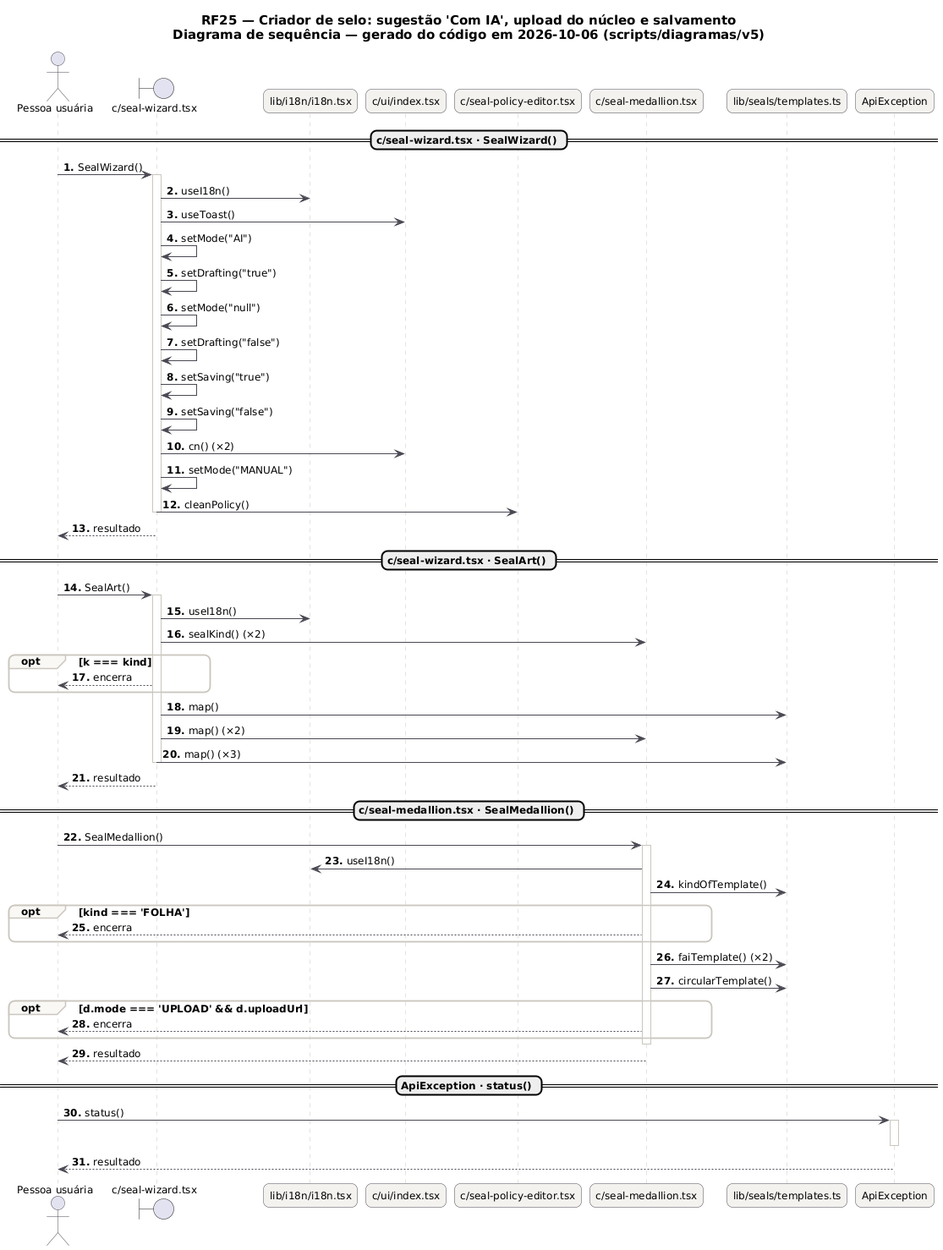
The PlantUML diagram docs/diagramas/RF25-criador-de-selos/RF25_Criador_Sequencia.png in MatheusHaliski/tcc-2026-fashion-ai-backend, before a commit.
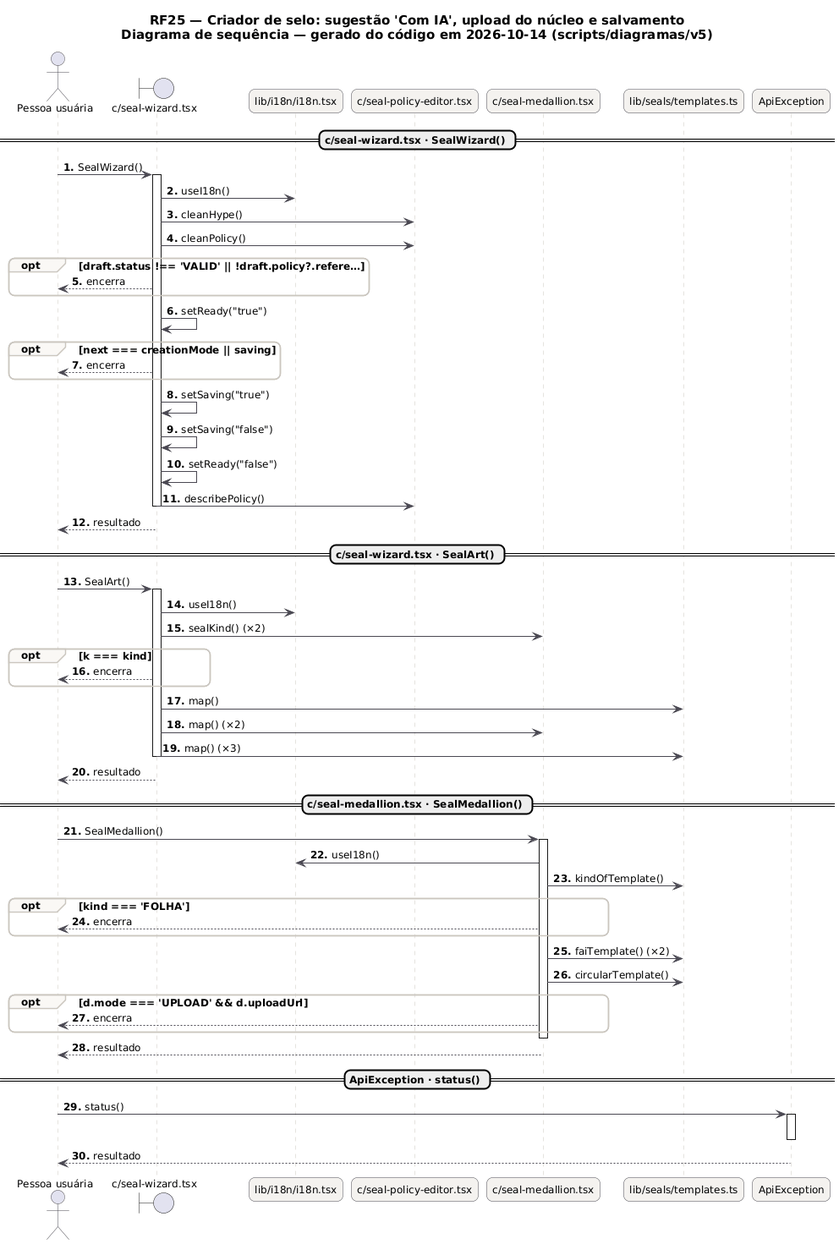
After the commit.

Change to the diagram source:
```diff
@@ -21,12 +21,11 @@
   GroupBackgroundColor #FAF8F5
 }
 autonumber "<b>0."
-title RF25 — Criador de selo: sugestão 'Com IA', upload do núcleo e salvamento\nDiagrama de sequência — gerado do código em 2026-10-06 (scripts/diagramas/v5)
+title RF25 — Criador de selo: sugestão 'Com IA', upload do núcleo e salvamento\nDiagrama de sequência — gerado do código em 2026-10-14 (scripts/diagramas/v5)
 
 actor "Pessoa usuária" as U
 boundary "c/seal-wizard.tsx" as c_seal_wizard_tsx
 participant "lib/i18n/i18n.tsx" as lib_i18n_i18n_tsx
-participant "c/ui/index.tsx" as c_ui_index_tsx
 participant "c/seal-policy-editor.tsx" as c_seal_policy_editor_tsx
 participant "c/seal-medallion.tsx" as c_seal_medallion_tsx
 participant "lib/seals/templates.ts" as lib_seals_templates_ts
@@ -35,16 +34,19 @@
 U -> c_seal_wizard_tsx : SealWizard()
 activate c_seal_wizard_tsx
 c_seal_wizard_tsx -> lib_i18n_i18n_tsx : useI18n()
-c_seal_wizard_tsx -> c_ui_index_tsx : useToast()
-c_seal_wizard_tsx -> c_seal_wizard_tsx : setMode("AI")
-c_seal_wizard_tsx -> c_seal_wizard_tsx : setDrafting("true")
-c_seal_wizard_tsx -> c_seal_wizard_tsx : setMode("null")
-c_seal_wizard_tsx -> c_seal_wizard_tsx : setDrafting("false")
+c_seal_wizard_tsx -> c_seal_policy_editor_tsx : cleanHype()
+c_seal_wizard_tsx -> c_seal_policy_editor_tsx : cleanPolicy()
+opt draft.status !== 'VALID' || !draft.policy?.refere…
+c_seal_wizard_tsx --> U : encerra
+end
+c_seal_wizard_tsx -> c_seal_wizard_tsx : setReady("true")
+opt next === creationMode || saving
+c_seal_wizard_tsx --> U : encerra
+end
 c_seal_wizard_tsx -> c_seal_wizard_tsx : setSaving("true")
 c_seal_wizard_tsx -> c_seal_wizard_tsx : setSaving("false")
-c_seal_wizard_tsx -> c_ui_index_tsx : cn() (×2)
-c_seal_wizard_tsx -> c_seal_wizard_tsx : setMode("MANUAL")
-c_seal_wizard_tsx -> c_seal_policy_editor_tsx : cleanPolicy()
+c_seal_wizard_tsx -> c_seal_wizard_tsx : setReady("false")
+c_seal_wizard_tsx -> c_seal_policy_editor_tsx : describePolicy()
 deactivate c_seal_wizard_tsx
 c_seal_wizard_tsx --> U : resultado
 == c/seal-wizard.tsx · SealArt() ==
```
